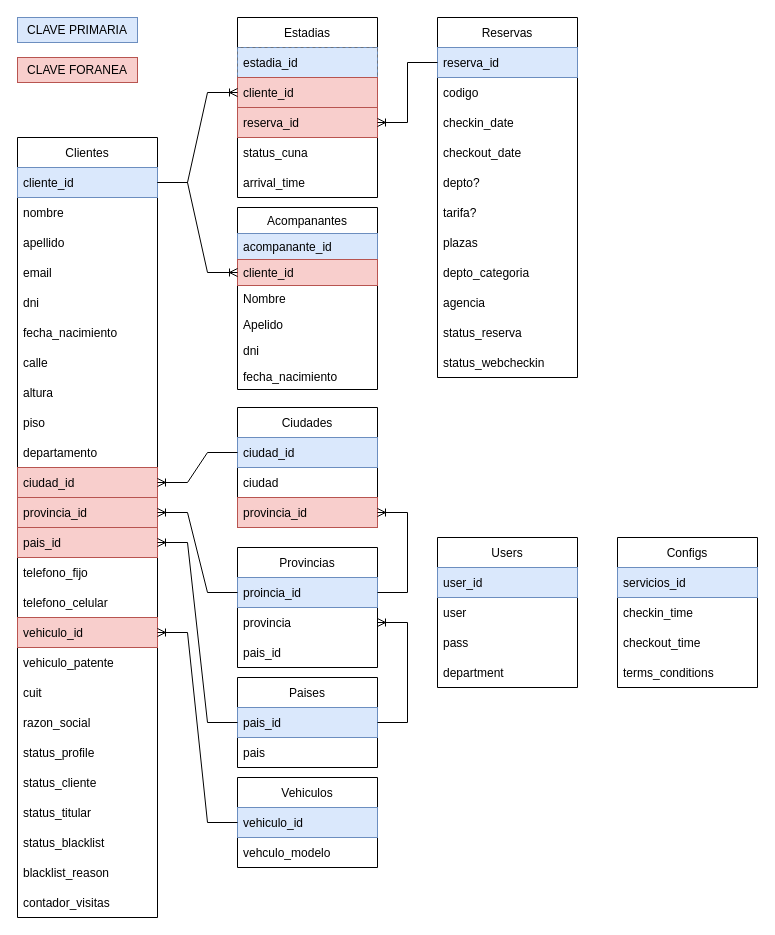
danielo101/db-diagrams keeps this draw.io diagram as page "DB" (1 of 2) of web-checkin/hotel-web-checkin.drawio. Above is the earlier version. Source tidied: cells renumbered, new cells numbered last; positions are measured from the earlier drawing's top-left corner, leaving out a move shared by most shapes. Both pictures are drawn from the tidied source at 100%, with x=0, y=0 at pixel (17, 17).
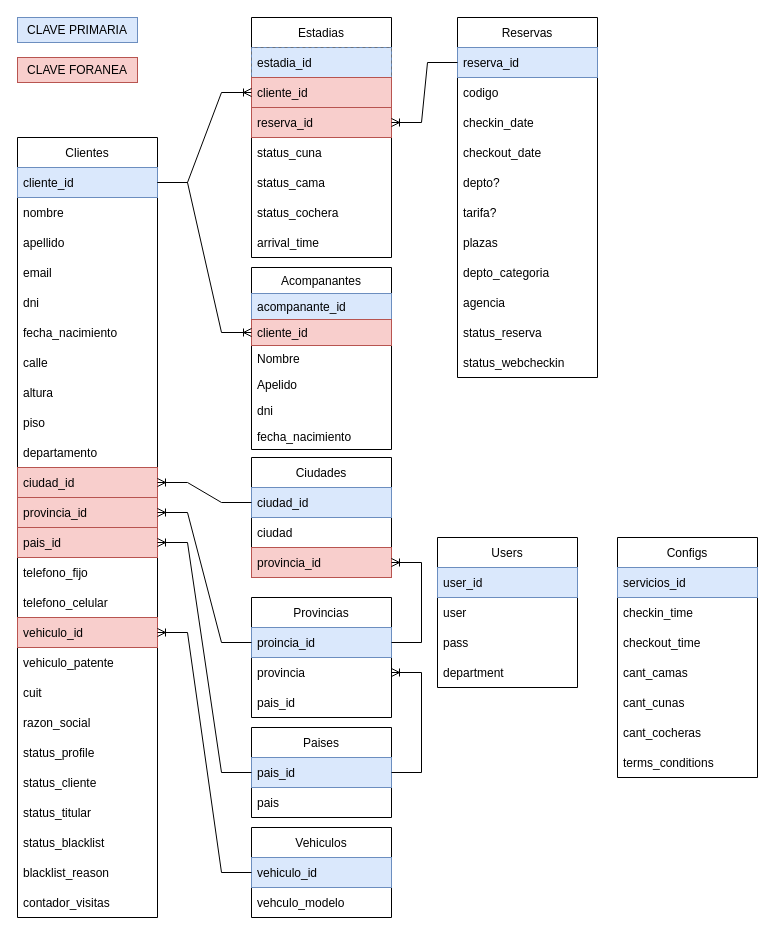
The same diagram, later.

Change to the diagram source:
```diff
@@
     <mxCell id="7" value="Reservas" style="swimlane;fontStyle=0;horizontal=1;startSize=30;" parent="1" vertex="1">
-      <mxGeometry x="420" width="140" height="360" as="geometry" />
+      <mxGeometry x="440" width="140" height="360" as="geometry" />
     </mxCell>
@@
     <mxCell id="45" value="Estadias" style="swimlane;fontStyle=0;horizontal=1;startSize=30;" parent="1" vertex="1">
-      <mxGeometry x="220" width="140" height="180" as="geometry" />
+      <mxGeometry x="234" width="140" height="240" as="geometry" />
     </mxCell>
@@
-    <mxCell id="50" value="arrival_time" style="text;strokeColor=none;fillColor=none;align=left;verticalAlign=middle;spacingLeft=4;spacingRight=4;overflow=hidden;dashed=1;labelBorderColor=none;" parent="45" vertex="1">
+    <mxCell id="50" value="status_cama" style="text;strokeColor=none;fillColor=none;align=left;verticalAlign=middle;spacingLeft=4;spacingRight=4;overflow=hidden;dashed=1;labelBorderColor=none;" parent="45" vertex="1">
       <mxGeometry y="150" width="140" height="30" as="geometry" />
     </mxCell>
+    <mxCell id="88" value="status_cochera" style="text;strokeColor=none;fillColor=none;align=left;verticalAlign=middle;spacingLeft=4;spacingRight=4;overflow=hidden;dashed=1;labelBorderColor=none;" parent="45" vertex="1">
+      <mxGeometry y="180" width="140" height="30" as="geometry" />
+    </mxCell>
+    <mxCell id="89" value="arrival_time" style="text;strokeColor=none;fillColor=none;align=left;verticalAlign=middle;spacingLeft=4;spacingRight=4;overflow=hidden;dashed=1;labelBorderColor=none;" parent="45" vertex="1">
+      <mxGeometry y="210" width="140" height="30" as="geometry" />
+    </mxCell>
@@
     <mxCell id="53" value="Vehiculos" style="swimlane;fontStyle=0;horizontal=1;startSize=30;labelBorderColor=none;fontColor=#000000;strokeColor=default;fillColor=none;" parent="1" vertex="1">
-      <mxGeometry x="220" y="760" width="140" height="90" as="geometry" />
+      <mxGeometry x="234" y="810" width="140" height="90" as="geometry" />
     </mxCell>
@@
     <mxCell id="56" value="Paises" style="swimlane;fontStyle=0;horizontal=1;startSize=30;labelBorderColor=none;fontColor=#000000;strokeColor=default;fillColor=none;" parent="1" vertex="1">
-      <mxGeometry x="220" y="660" width="140" height="90" as="geometry" />
+      <mxGeometry x="234" y="710" width="140" height="90" as="geometry" />
     </mxCell>
@@
     <mxCell id="59" value="Provincias" style="swimlane;fontStyle=0;horizontal=1;startSize=30;labelBorderColor=none;fontColor=#000000;strokeColor=default;fillColor=none;" parent="1" vertex="1">
-      <mxGeometry x="220" y="530" width="140" height="120" as="geometry" />
+      <mxGeometry x="234" y="580" width="140" height="120" as="geometry" />
     </mxCell>
@@
     <mxCell id="63" value="Ciudades" style="swimlane;fontStyle=0;horizontal=1;startSize=30;labelBorderColor=none;fontColor=#000000;strokeColor=default;fillColor=none;" parent="1" vertex="1">
-      <mxGeometry x="220" y="390" width="140" height="120" as="geometry" />
+      <mxGeometry x="234" y="440" width="140" height="120" as="geometry" />
     </mxCell>
@@
     <mxCell id="74" value="Configs" style="swimlane;fontStyle=0;horizontal=1;startSize=30;fontColor=#000000;" parent="1" vertex="1">
-      <mxGeometry x="600" y="520" width="140" height="150" as="geometry" />
+      <mxGeometry x="600" y="520" width="140" height="240" as="geometry" />
     </mxCell>
@@
-    <mxCell id="78" value="terms_conditions" style="text;strokeColor=none;fillColor=none;align=left;verticalAlign=middle;spacingLeft=4;spacingRight=4;overflow=hidden;fontColor=#000000;" parent="74" vertex="1">
+    <mxCell id="78" value="cant_camas" style="text;strokeColor=none;fillColor=none;align=left;verticalAlign=middle;spacingLeft=4;spacingRight=4;overflow=hidden;fontColor=#000000;" parent="74" vertex="1">
       <mxGeometry y="120" width="140" height="30" as="geometry" />
     </mxCell>
+    <mxCell id="90" value="cant_cunas" style="text;strokeColor=none;fillColor=none;align=left;verticalAlign=middle;spacingLeft=4;spacingRight=4;overflow=hidden;fontColor=#000000;" parent="74" vertex="1">
+      <mxGeometry y="150" width="140" height="30" as="geometry" />
+    </mxCell>
+    <mxCell id="91" value="cant_cocheras" style="text;strokeColor=none;fillColor=none;align=left;verticalAlign=middle;spacingLeft=4;spacingRight=4;overflow=hidden;fontColor=#000000;" parent="74" vertex="1">
+      <mxGeometry y="180" width="140" height="30" as="geometry" />
+    </mxCell>
+    <mxCell id="92" value="terms_conditions" style="text;strokeColor=none;fillColor=none;align=left;verticalAlign=middle;spacingLeft=4;spacingRight=4;overflow=hidden;fontColor=#000000;" parent="74" vertex="1">
+      <mxGeometry y="210" width="140" height="30" as="geometry" />
+    </mxCell>
     <mxCell id="79" value="Acompanantes" style="swimlane;fontStyle=0;horizontal=1;startSize=26;fillColor=none;" parent="1" vertex="1">
-      <mxGeometry x="220" y="190" width="140" height="182" as="geometry" />
+      <mxGeometry x="234" y="250" width="140" height="182" as="geometry" />
     </mxCell>
```
